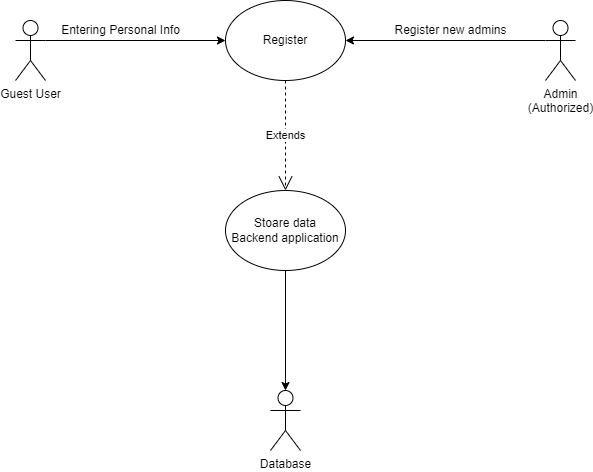
The draw.io diagram Use case diagram/Electronics Mart Register.png in mohitleo03/Software-Engineering-Project-Management, before a commit. Source tidied: cells renumbered, new cells last; positions are measured from the earlier drawing's top-left corner, leaving out a move shared by most shapes.
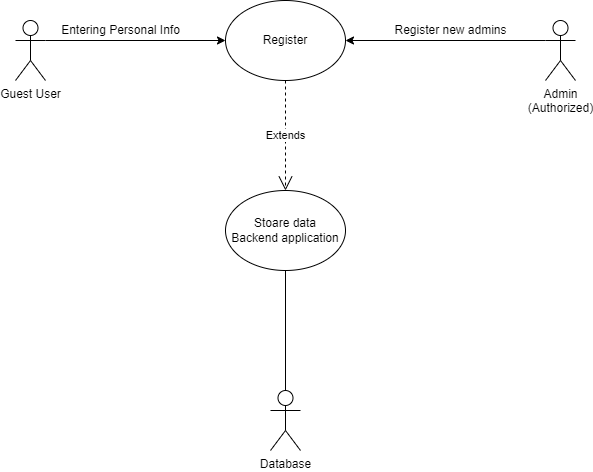
The same diagram one commit later.

The edit, as a diff of the source:
```diff
@@ -14,9 +14,6 @@
     <mxCell id="5" value="Register" style="ellipse;whiteSpace=wrap;html=1;" parent="1" vertex="1">
       <mxGeometry x="210" width="120" height="80" as="geometry" />
     </mxCell>
-    <mxCell id="6" style="edgeStyle=none;rounded=0;jettySize=auto;html=1;exitX=0.5;exitY=1;exitDx=0;exitDy=0;entryX=0.5;entryY=0;entryDx=0;entryDy=0;entryPerimeter=0;" parent="1" edge="1" source="7" target="8">
-      <mxGeometry relative="1" as="geometry" />
-    </mxCell>
     <mxCell id="7" value="Stoare data&lt;br&gt;Backend application" style="ellipse;whiteSpace=wrap;html=1;" parent="1" vertex="1">
       <mxGeometry x="210" y="190" width="120" height="80" as="geometry" />
     </mxCell>
@@ -35,5 +32,8 @@
     <mxCell id="12" value="Entering Personal Info" style="text;html=1;align=center;verticalAlign=middle;strokeColor=none;fillColor=none;" parent="1" vertex="1">
       <mxGeometry x="40" y="20" width="130" height="20" as="geometry" />
     </mxCell>
+    <mxCell id="13" style="endArrow=none;html=1;rounded=0;entryX=0.5;entryY=1;entryDx=0;entryDy=0;exitX=0.5;exitY=0;exitDx=0;exitDy=0;exitPerimeter=0;" parent="1" edge="1" source="8" target="7">
+      <mxGeometry relative="1" as="geometry" />
+    </mxCell>
   </root>
 </mxGraphModel>
```
